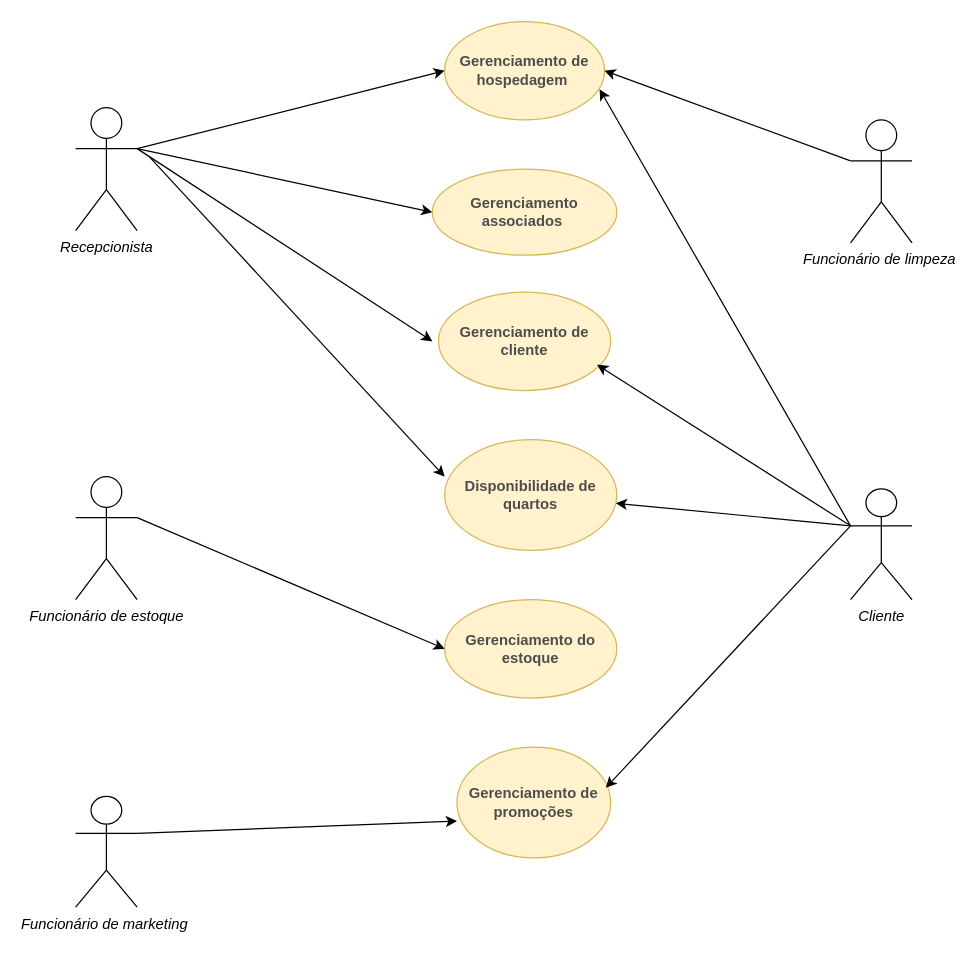
The draw.io diagram page "Página-4" (4 of 4) of aula01.drawio in Brandaoc/diagramasderequisitos, before the edit. Source tidied: cells renumbered, new cells numbered last; positions are measured from the earlier drawing's top-left corner, leaving out a move shared by most shapes. Both pictures are drawn from the tidied source at 123%, with x=0, y=0 at pixel (75, 21).
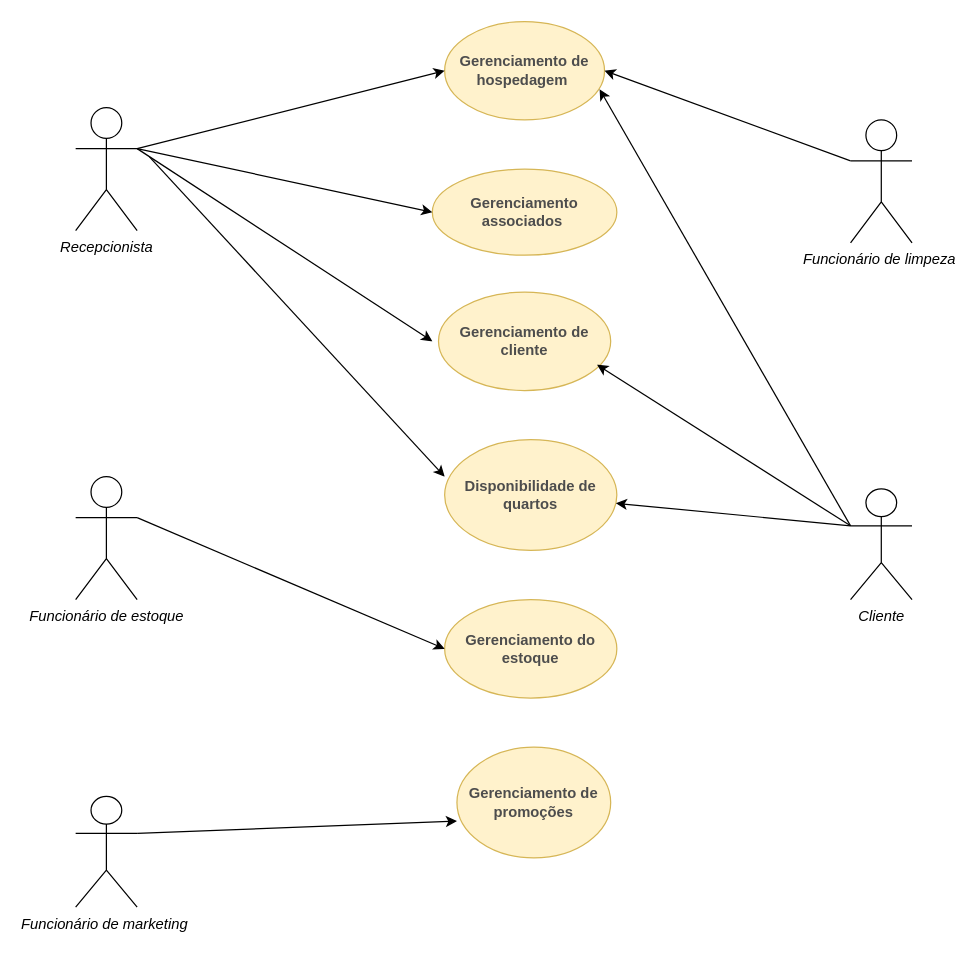
After the change.

Unchanged cells that the change refers to:
```xml
<mxCell id="14" value="&lt;font style=&quot;color: rgb(77, 77, 77);&quot;&gt;&lt;b&gt;Gerenciamento de promoções&lt;/b&gt;&lt;/font&gt;" style="ellipse;whiteSpace=wrap;html=1;fillColor=#fff2cc;strokeColor=#d6b656;" parent="1" vertex="1">
  <mxGeometry x="310" y="590" width="125" height="90" as="geometry" />
</mxCell>
```

What changed in the source:
```diff
@@
-    <mxCell id="23" style="endArrow=classic;html=1;rounded=0;entryX=0.968;entryY=0.367;entryDx=0;entryDy=0;entryPerimeter=0;" parent="1" edge="1" target="14">
-      <mxGeometry relative="1" as="geometry">
-        <mxPoint x="630" y="410" as="sourcePoint" />
-      </mxGeometry>
-    </mxCell>
```
